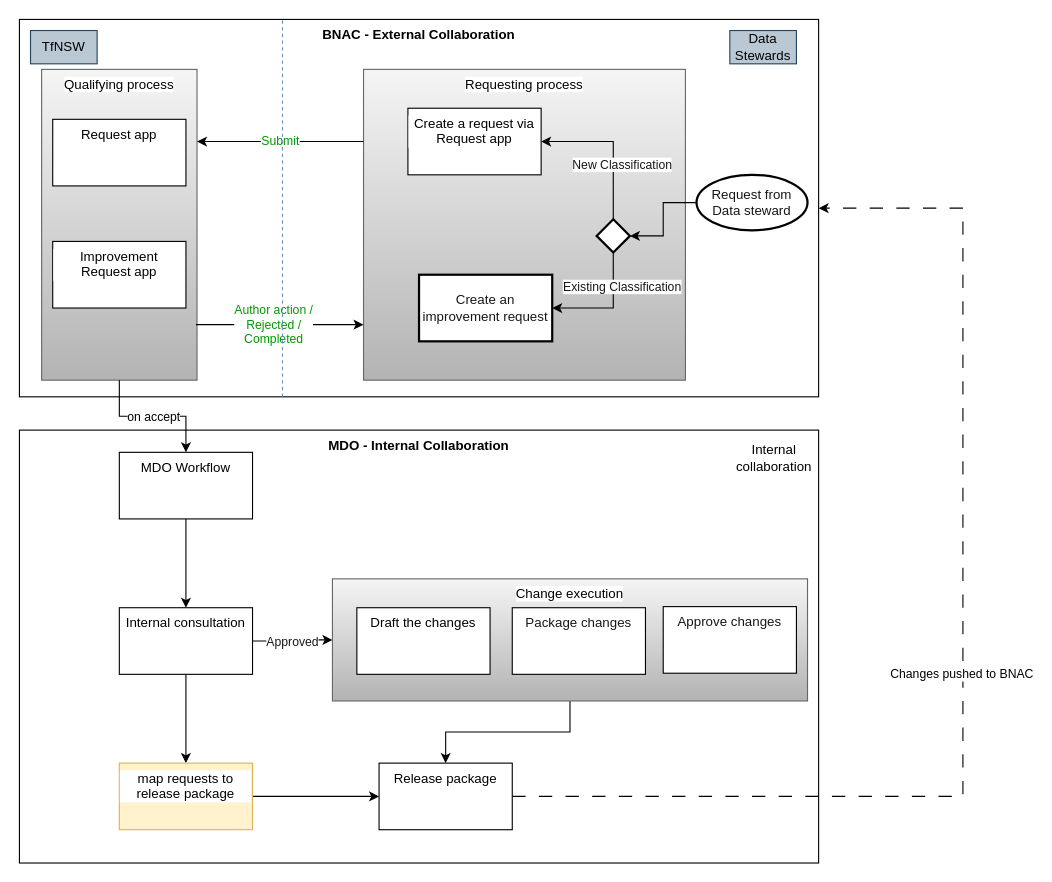
Above: page "CR-process" (5 of 5) of Untitled Diagram.drawio in MohdSaifz/geojsons (draw.io), before the change. Source tidied: cells renumbered, new cells numbered last; positions are measured from the earlier drawing's top-left corner, leaving out a move shared by most shapes. Both pictures are drawn from the tidied source at 111%, with x=0, y=0 at pixel (19, 19).
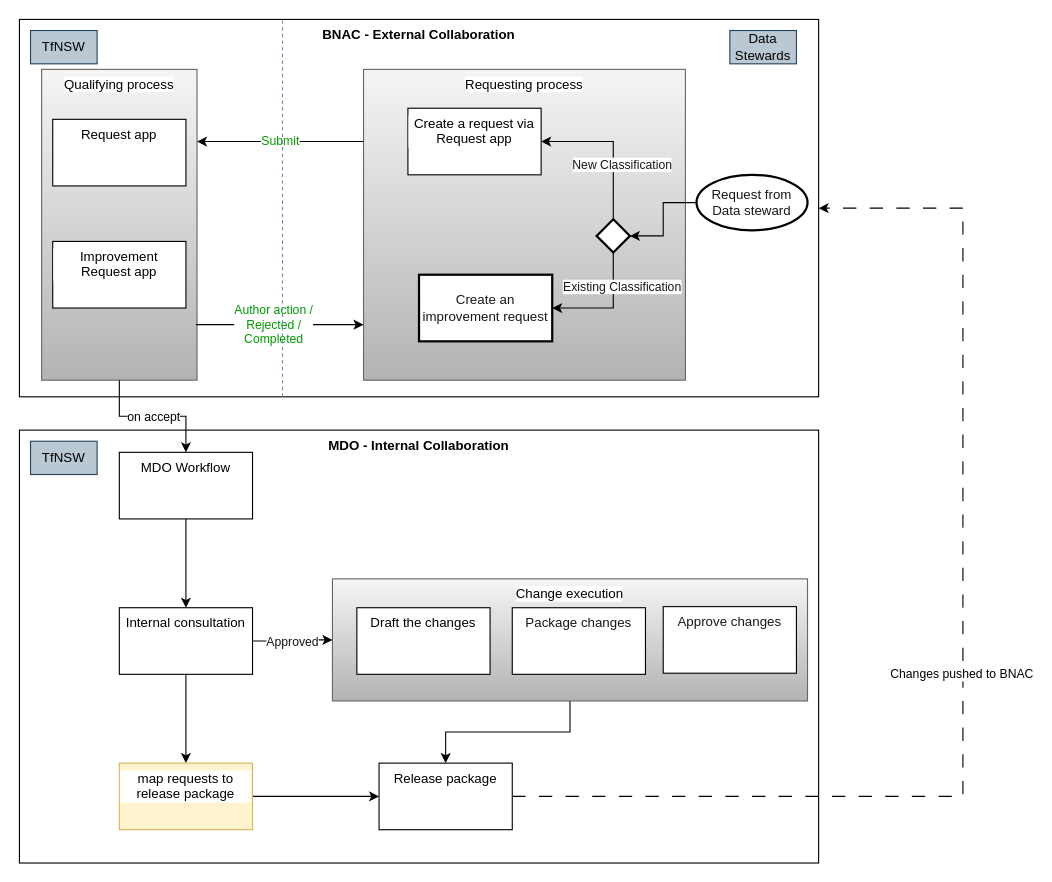
After the change.

Change to the diagram source:
```diff
@@
-    <mxCell id="22" value="Internal collaboration" style="text;html=1;strokeColor=none;fillColor=none;align=center;verticalAlign=middle;whiteSpace=wrap;rounded=0;" parent="1" vertex="1">
-      <mxGeometry x="650" y="380" width="60" height="30" as="geometry" />
-    </mxCell>
@@
+    <mxCell id="42" value="TfNSW" style="text;html=1;fillColor=#bac8d3;align=center;verticalAlign=middle;whiteSpace=wrap;rounded=0;strokeColor=#23445d;" parent="1" vertex="1">
+      <mxGeometry x="10" y="380" width="60" height="30" as="geometry" />
+    </mxCell>
```
